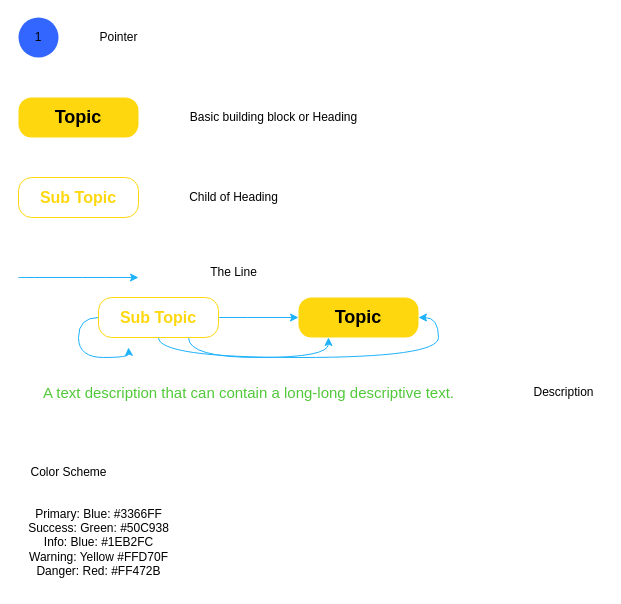
This is Standard-boilerplate-for-roadmaps.drawio from education-tech-stack/Drawio-Diagrams, a draw.io file, before an edit. Source tidied: cells renumbered, new cells numbered last; positions are measured from the earlier drawing's top-left corner, leaving out a move shared by most shapes. Both pictures are drawn from the tidied source at 100%, with x=0, y=0 at pixel (18, 17).
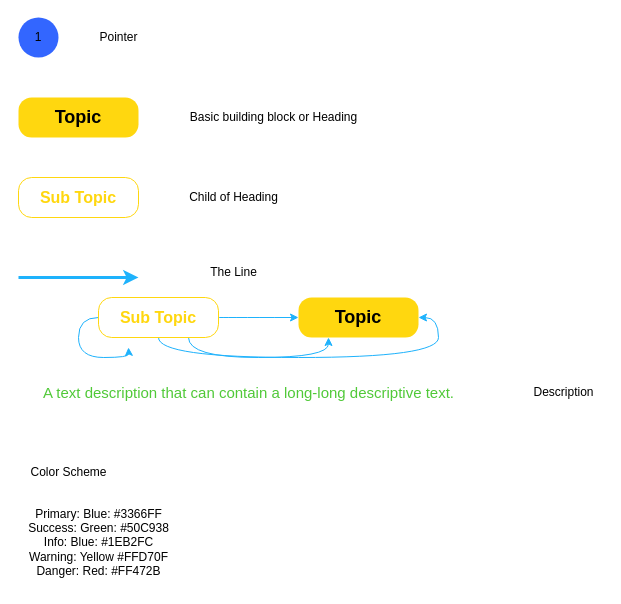
The same diagram, later.

Diff of the diagram source:
```diff
@@
-    <mxCell id="8" style="endArrow=classic;html=1;fontFamily=Helvetica;fontSize=16;fontColor=#FFD70F;strokeColor=#1EB2FC;edgeStyle=orthogonalEdgeStyle;curved=1;shadow=0;sketch=0;" parent="1" edge="1">
+    <mxCell id="8" style="endArrow=classic;html=1;fontFamily=Helvetica;fontSize=16;fontColor=#FFD70F;strokeColor=#1EB2FC;edgeStyle=orthogonalEdgeStyle;curved=1;shadow=0;sketch=0;strokeWidth=3;" parent="1" edge="1">
       <mxGeometry relative="1" as="geometry">
         <mxPoint y="260" as="sourcePoint" />
         <mxPoint x="120" y="260" as="targetPoint" />
       </mxGeometry>
     </mxCell>
```
